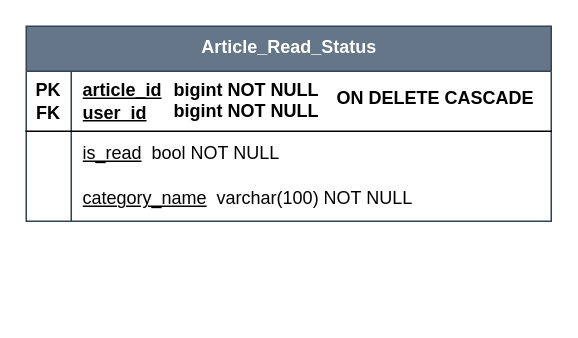
Before: page "article_read_status" (22 of 35) of doc/ERD.drawio in program-madman/IIT-CMS, a draw.io diagram. Source tidied: cells renumbered, new cells numbered last; positions are measured from the earlier drawing's top-left corner, leaving out a move shared by most shapes. Both pictures are drawn from the tidied source at 150%, with x=0, y=0 at pixel (26, 26).
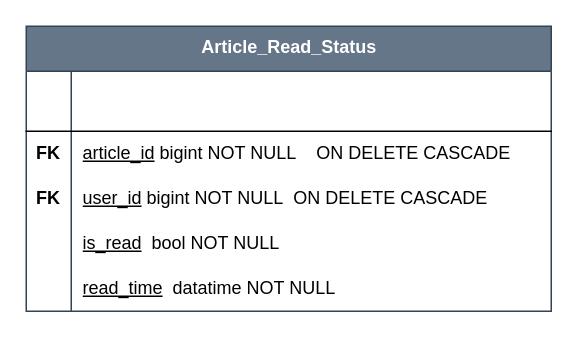
The same page after the edit.

What changed in the source:
```diff
@@
 <mxGraphModel>
   <root>
     <mxCell id="0" />
     <mxCell id="1" parent="0" />
     <mxCell id="2" value="Article_Read_Status" style="shape=table;startSize=30;childLayout=tableLayout;rowLines=0;fontStyle=1;align=center;html=1;fillColor=#647687;fontColor=#ffffff;strokeColor=#314354;verticalAlign=top;" parent="1" vertex="1">
-      <mxGeometry width="350" height="130" as="geometry" />
+      <mxGeometry width="350" height="190" as="geometry" />
     </mxCell>
     <mxCell id="3" style="shape=tableRow;horizontal=0;startSize=0;swimlaneHead=0;swimlaneBody=0;fillColor=none;top=0;left=0;right=0;bottom=1;" parent="2" vertex="1">
       <mxGeometry y="30" width="350" height="40" as="geometry" />
     </mxCell>
-    <mxCell id="4" value="PK&lt;br&gt;FK" style="shape=partialRectangle;fillColor=none;top=0;left=0;bottom=0;right=0;fontStyle=1;overflow=hidden;whiteSpace=wrap;html=1;" parent="3" vertex="1">
+    <mxCell id="4" style="shape=partialRectangle;fillColor=none;top=0;left=0;bottom=0;right=0;fontStyle=1;overflow=hidden;whiteSpace=wrap;html=1;" parent="3" vertex="1">
       <mxGeometry width="30" height="40" as="geometry" />
     </mxCell>
-    <mxCell id="5" value="article_id&lt;br&gt;user_id" style="shape=partialRectangle;fillColor=none;top=0;left=0;bottom=0;right=0;align=left;spacingLeft=6;fontStyle=5;overflow=hidden;whiteSpace=wrap;html=1;" parent="3" vertex="1">
+    <mxCell id="5" style="shape=partialRectangle;fillColor=none;top=0;left=0;bottom=0;right=0;align=left;spacingLeft=6;fontStyle=5;overflow=hidden;whiteSpace=wrap;html=1;" parent="3" vertex="1">
       <mxGeometry x="30" width="320" height="40" as="geometry" />
     </mxCell>
     <mxCell id="6" style="shape=tableRow;horizontal=0;startSize=0;swimlaneHead=0;swimlaneBody=0;fillColor=none;top=0;left=0;right=0;bottom=0;" parent="2" vertex="1">
       <mxGeometry y="70" width="350" height="30" as="geometry" />
     </mxCell>
-    <mxCell id="7" style="shape=partialRectangle;fillColor=none;top=0;left=0;bottom=0;right=0;overflow=hidden;whiteSpace=wrap;html=1;" parent="6" vertex="1">
+    <mxCell id="7" value="&lt;b&gt;FK&lt;/b&gt;" style="shape=partialRectangle;fillColor=none;top=0;left=0;bottom=0;right=0;overflow=hidden;whiteSpace=wrap;html=1;" parent="6" vertex="1">
       <mxGeometry width="30" height="30" as="geometry" />
     </mxCell>
-    <mxCell id="8" value="&lt;u&gt;is_read&lt;/u&gt;&amp;nbsp; bool NOT NULL&amp;nbsp;" style="shape=partialRectangle;fillColor=none;top=0;left=0;bottom=0;right=0;align=left;spacingLeft=6;overflow=hidden;whiteSpace=wrap;html=1;" parent="6" vertex="1">
+    <mxCell id="8" value="&lt;u&gt;article_id&lt;/u&gt; bigint NOT NULL&amp;nbsp; &amp;nbsp;&amp;nbsp;ON DELETE CASCADE" style="shape=partialRectangle;fillColor=none;top=0;left=0;bottom=0;right=0;align=left;spacingLeft=6;overflow=hidden;whiteSpace=wrap;html=1;" parent="6" vertex="1">
       <mxGeometry x="30" width="320" height="30" as="geometry" />
     </mxCell>
+    <mxCell id="15" style="shape=tableRow;horizontal=0;startSize=0;swimlaneHead=0;swimlaneBody=0;fillColor=none;top=0;left=0;right=0;bottom=0;" parent="2" vertex="1">
+      <mxGeometry y="100" width="350" height="30" as="geometry" />
+    </mxCell>
+    <mxCell id="16" value="&lt;b&gt;FK&lt;/b&gt;" style="shape=partialRectangle;fillColor=none;top=0;left=0;bottom=0;right=0;overflow=hidden;whiteSpace=wrap;html=1;" parent="15" vertex="1">
+      <mxGeometry width="30" height="30" as="geometry" />
+    </mxCell>
+    <mxCell id="17" value="&lt;u&gt;user_id&lt;/u&gt; bigint NOT NULL&amp;nbsp;&amp;nbsp;ON DELETE CASCADE" style="shape=partialRectangle;fillColor=none;top=0;left=0;bottom=0;right=0;align=left;spacingLeft=6;overflow=hidden;whiteSpace=wrap;html=1;" parent="15" vertex="1">
+      <mxGeometry x="30" width="320" height="30" as="geometry" />
+    </mxCell>
+    <mxCell id="18" style="shape=tableRow;horizontal=0;startSize=0;swimlaneHead=0;swimlaneBody=0;fillColor=none;top=0;left=0;right=0;bottom=0;" parent="2" vertex="1">
+      <mxGeometry y="130" width="350" height="30" as="geometry" />
+    </mxCell>
+    <mxCell id="19" style="shape=partialRectangle;fillColor=none;top=0;left=0;bottom=0;right=0;overflow=hidden;whiteSpace=wrap;html=1;" parent="18" vertex="1">
+      <mxGeometry width="30" height="30" as="geometry" />
+    </mxCell>
+    <mxCell id="20" value="&lt;u style=&quot;border-color: var(--border-color);&quot;&gt;is_read&lt;/u&gt;&amp;nbsp; bool NOT NULL&amp;nbsp;" style="shape=partialRectangle;fillColor=none;top=0;left=0;bottom=0;right=0;align=left;spacingLeft=6;overflow=hidden;whiteSpace=wrap;html=1;" parent="18" vertex="1">
+      <mxGeometry x="30" width="320" height="30" as="geometry" />
+    </mxCell>
     <mxCell id="9" style="shape=tableRow;horizontal=0;startSize=0;swimlaneHead=0;swimlaneBody=0;fillColor=none;top=0;left=0;right=0;bottom=0;" parent="2" vertex="1">
-      <mxGeometry y="100" width="350" height="30" as="geometry" />
+      <mxGeometry y="160" width="350" height="30" as="geometry" />
     </mxCell>
     <mxCell id="10" style="shape=partialRectangle;fillColor=none;top=0;left=0;bottom=0;right=0;overflow=hidden;whiteSpace=wrap;html=1;" parent="9" vertex="1">
       <mxGeometry width="30" height="30" as="geometry" />
     </mxCell>
-    <mxCell id="11" value="&lt;u style=&quot;border-color: var(--border-color);&quot;&gt;category_name&lt;/u&gt;&amp;nbsp; varchar(100) NOT NULL&amp;nbsp;" style="shape=partialRectangle;fillColor=none;top=0;left=0;bottom=0;right=0;align=left;spacingLeft=6;overflow=hidden;whiteSpace=wrap;html=1;" parent="9" vertex="1">
+    <mxCell id="11" value="&lt;u&gt;read_time&lt;/u&gt;&amp;nbsp; datatime NOT NULL&amp;nbsp;" style="shape=partialRectangle;fillColor=none;top=0;left=0;bottom=0;right=0;align=left;spacingLeft=6;overflow=hidden;whiteSpace=wrap;html=1;" parent="9" vertex="1">
       <mxGeometry x="30" width="320" height="30" as="geometry" />
     </mxCell>
-    <mxCell id="12" value="bigint NOT NULL" style="text;html=1;strokeColor=none;fillColor=none;align=center;verticalAlign=middle;whiteSpace=wrap;rounded=0;fontStyle=1;" parent="1" vertex="1">
-      <mxGeometry x="82" y="28" width="130" height="30" as="geometry" />
-    </mxCell>
-    <mxCell id="13" value="bigint NOT NULL" style="text;html=1;strokeColor=none;fillColor=none;align=center;verticalAlign=middle;whiteSpace=wrap;rounded=0;fontStyle=1;" parent="1" vertex="1">
-      <mxGeometry x="82" y="42" width="130" height="30" as="geometry" />
-    </mxCell>
-    <mxCell id="14" value="ON DELETE CASCADE" style="text;html=1;strokeColor=none;fillColor=none;align=center;verticalAlign=middle;whiteSpace=wrap;rounded=0;fontStyle=1;" parent="1" vertex="1">
-      <mxGeometry x="196" y="33" width="154" height="30" as="geometry" />
-    </mxCell>
   </root>
 </mxGraphModel>
```
